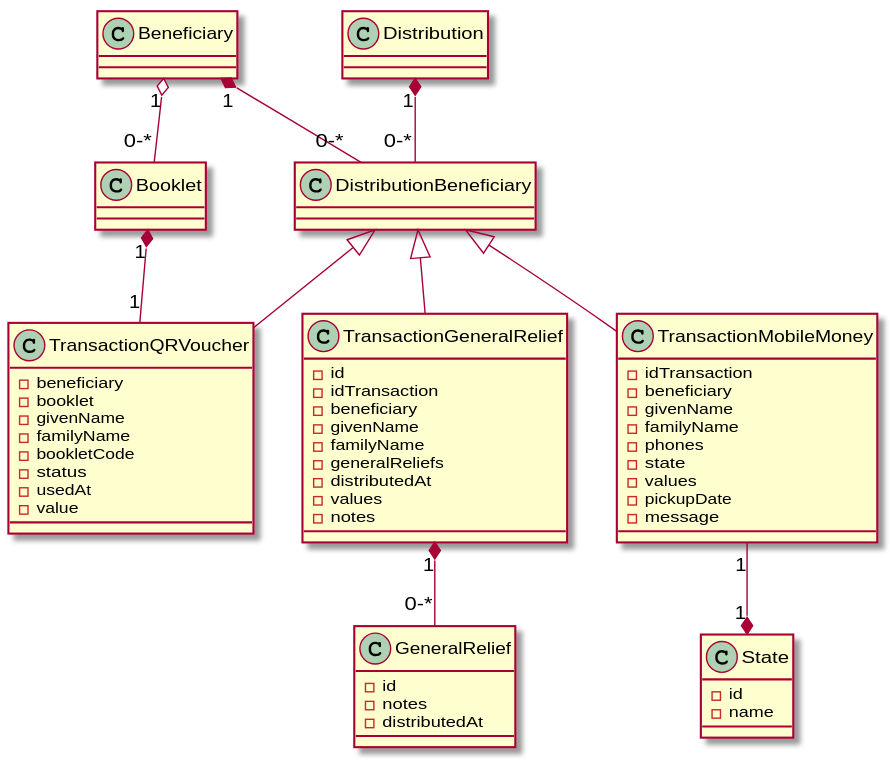
Before: src/app/model/uml/transactions.svg, a diagram exported from PlantUML (ReliefApplications/bms_front).
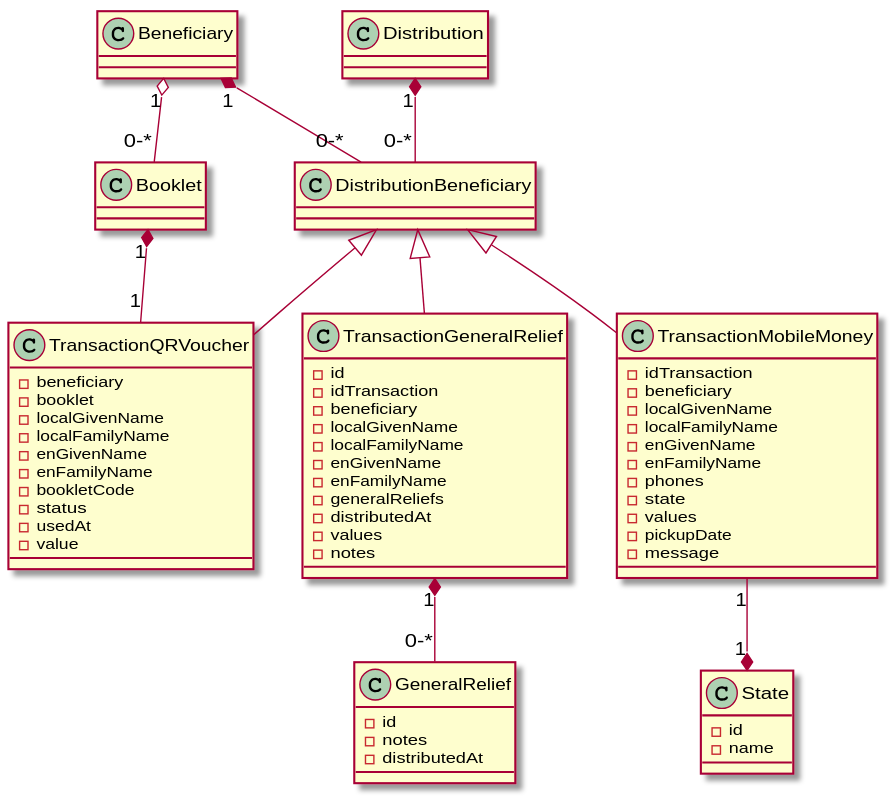
After the change.

Commit message:
Fix design and uml

What changed in the source:
```diff
@@ -3,8 +3,10 @@
     - id
     - idTransaction
     - beneficiary
-    - givenName
-    - familyName
+    - localGivenName
+    - localFamilyName
+    - enGivenName
+    - enFamilyName
     - generalReliefs
     - distributedAt
     - values
@@ -20,8 +22,10 @@
 class TransactionMobileMoney {
     - idTransaction
     - beneficiary
-    - givenName
-    - familyName
+    - localGivenName
+    - localFamilyName
+    - enGivenName
+    - enFamilyName
     - phones
     - state
     - values
@@ -37,8 +41,10 @@
 class TransactionQRVoucher {
     - beneficiary
     - booklet
-    - givenName
-    - familyName
+    - localGivenName
+    - localFamilyName
+    - enGivenName
+    - enFamilyName
     - bookletCode
     - status
     - usedAt
```
